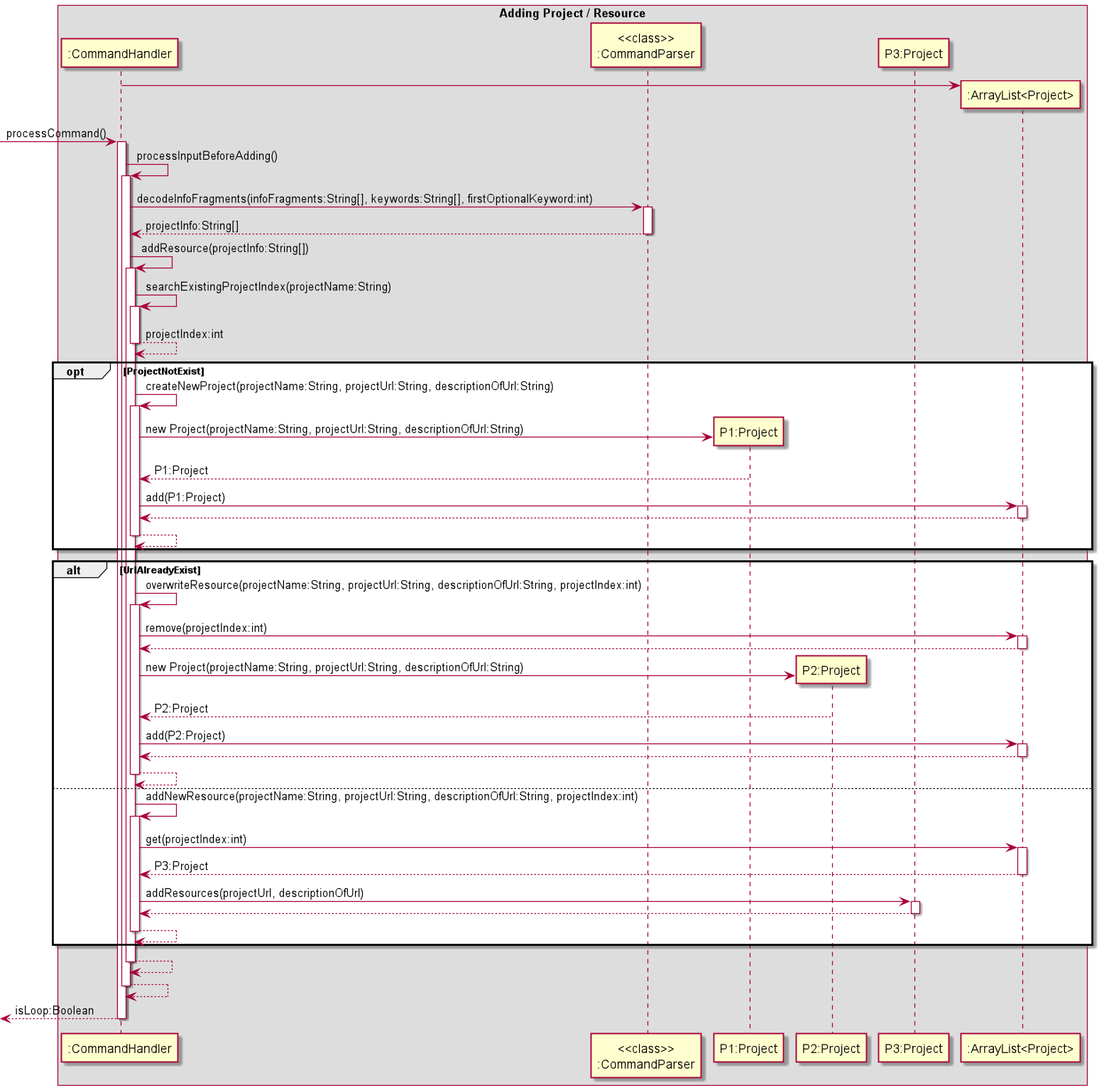
This is docs/puml_img/Add.png from s-t-e-f/tp, a PlantUML export, as it was before one commit. Its diagram source:
```plantuml
@startuml

box Adding Project / Resource
participant ":CommandHandler" as CH
participant "<<class>>\n:CommandParser" as CP
participant "P1:Project" as P1
participant "P2:Project" as P2
participant "P3:Project" as P3
participant ":ArrayList<Project>" as PA

create PA
CH -> PA
[-> CH: processCommand()
activate CH

CH -> CH: processInputBeforeAdding()
activate CH

CH -> CP: decodeInfoFragments(infoFragments:String[], keywords:String[], firstOptionalKeyword:int)
activate CP
return projectInfo:String[]

CH -> CH: addResource(projectInfo:String[])
activate CH

CH -> CH: searchExistingProjectIndex(projectName:String)
activate CH
return projectIndex:int

opt ProjectNotExist
    CH -> CH: createNewProject(projectName:String, projectUrl:String, descriptionOfUrl:String)
    activate CH
    create P1
    CH -> P1: new Project(projectName:String, projectUrl:String, descriptionOfUrl:String)
    CH <-- P1: P1:Project
    CH -> PA: add(P1:Project)
    activate PA
    return
    return
end

alt UrlAlreadyExist
    CH -> CH: overwriteResource(projectName:String, projectUrl:String, descriptionOfUrl:String, projectIndex:int)
    activate CH
    CH -> PA: remove(projectIndex:int)
    activate PA
    return
    create P2
    CH -> P2: new Project(projectName:String, projectUrl:String, descriptionOfUrl:String)
    CH <-- P2: P2:Project
    CH -> PA: add(P2:Project)
    activate PA
    return
    return
else
    CH -> CH: addNewResource(projectName:String, projectUrl:String, descriptionOfUrl:String, projectIndex:int)
    activate CH
    CH -> PA: get(projectIndex:int)
    activate PA
    return P3:Project
    CH -> P3: addResources(projectUrl, descriptionOfUrl)
    activate P3
    return
    return
end

return
return
return isLoop:Boolean

@enduml
```
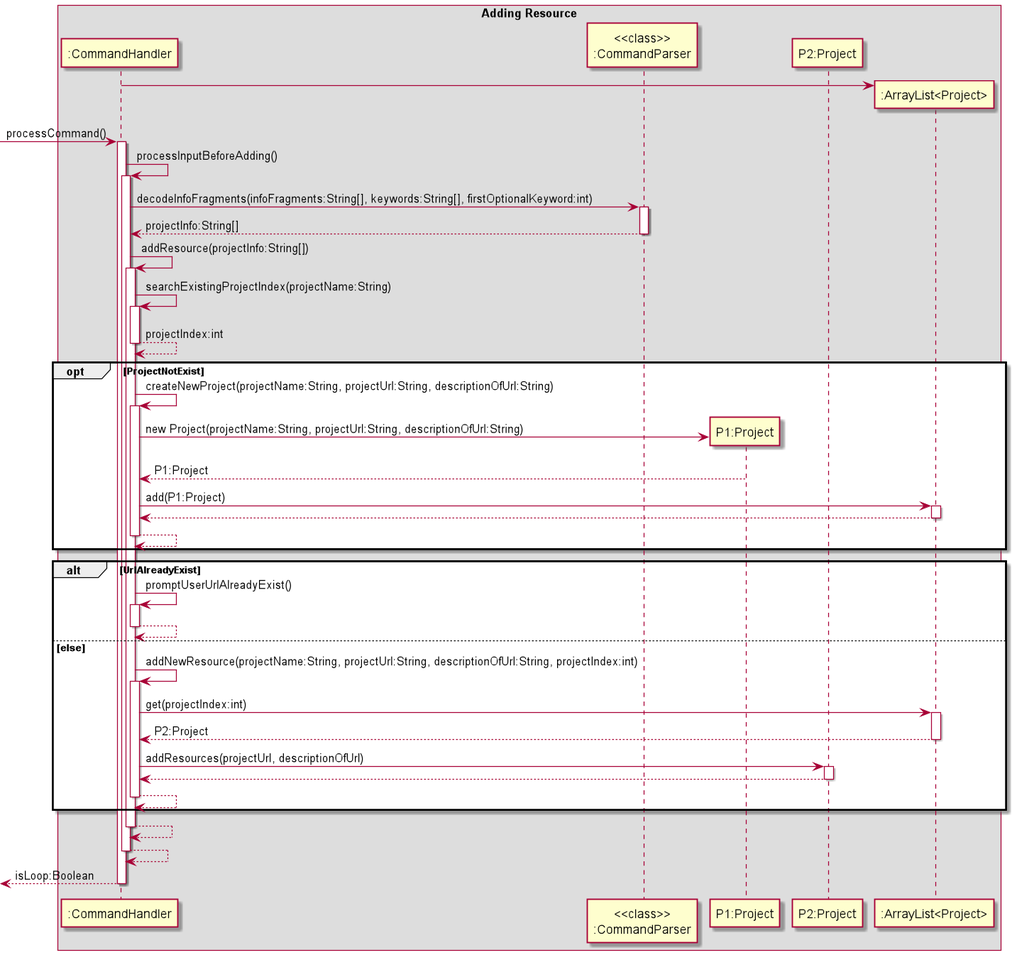
Later version of the same file.

What changed in the source:
```diff
@@ -1,11 +1,10 @@
 @startuml
 
-box Adding Project / Resource
+box Adding Resource
 participant ":CommandHandler" as CH
 participant "<<class>>\n:CommandParser" as CP
 participant "P1:Project" as P1
 participant "P2:Project" as P2
-participant "P3:Project" as P3
 participant ":ArrayList<Project>" as PA
 
 create PA
@@ -40,26 +39,17 @@
 end
 
 alt UrlAlreadyExist
-    CH -> CH: overwriteResource(projectName:String, projectUrl:String, descriptionOfUrl:String, projectIndex:int)
+    CH -> CH: promptUserUrlAlreadyExist()
     activate CH
-    CH -> PA: remove(projectIndex:int)
-    activate PA
     return
-    create P2
-    CH -> P2: new Project(projectName:String, projectUrl:String, descriptionOfUrl:String)
-    CH <-- P2: P2:Project
-    CH -> PA: add(P2:Project)
-    activate PA
-    return
-    return
-else
+else else
     CH -> CH: addNewResource(projectName:String, projectUrl:String, descriptionOfUrl:String, projectIndex:int)
     activate CH
     CH -> PA: get(projectIndex:int)
     activate PA
-    return P3:Project
-    CH -> P3: addResources(projectUrl, descriptionOfUrl)
-    activate P3
+    return P2:Project
+    CH -> P2: addResources(projectUrl, descriptionOfUrl)
+    activate P2
     return
     return
 end
```
